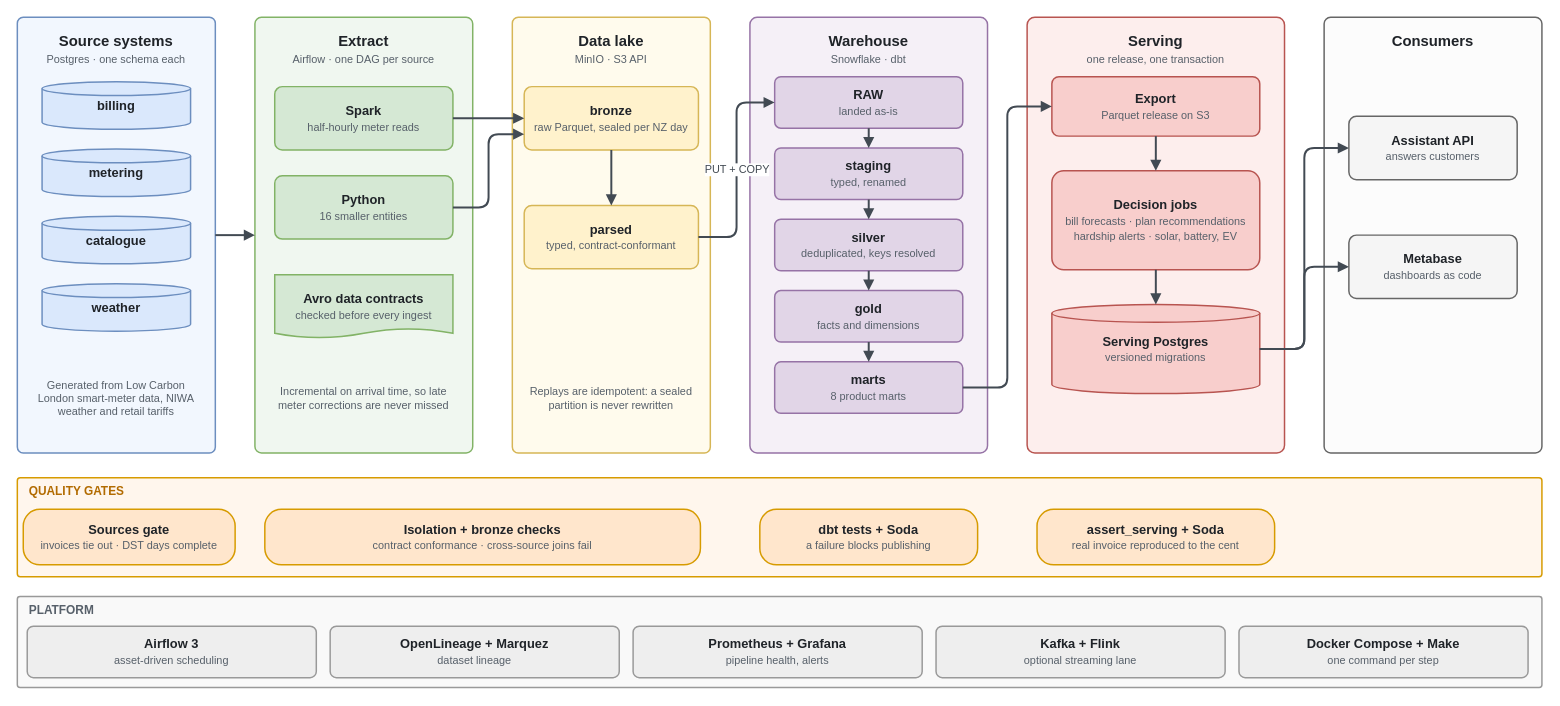
This is design/figures/pipeline.drawio from nanhangfei/kea-energy-data, a draw.io file, before an edit. Source tidied: cells renumbered, new cells numbered last; positions are measured from the earlier drawing's top-left corner, leaving out a move shared by most shapes. Both pictures are drawn from the tidied source at 99%, with x=0, y=0 at pixel (17, 17).
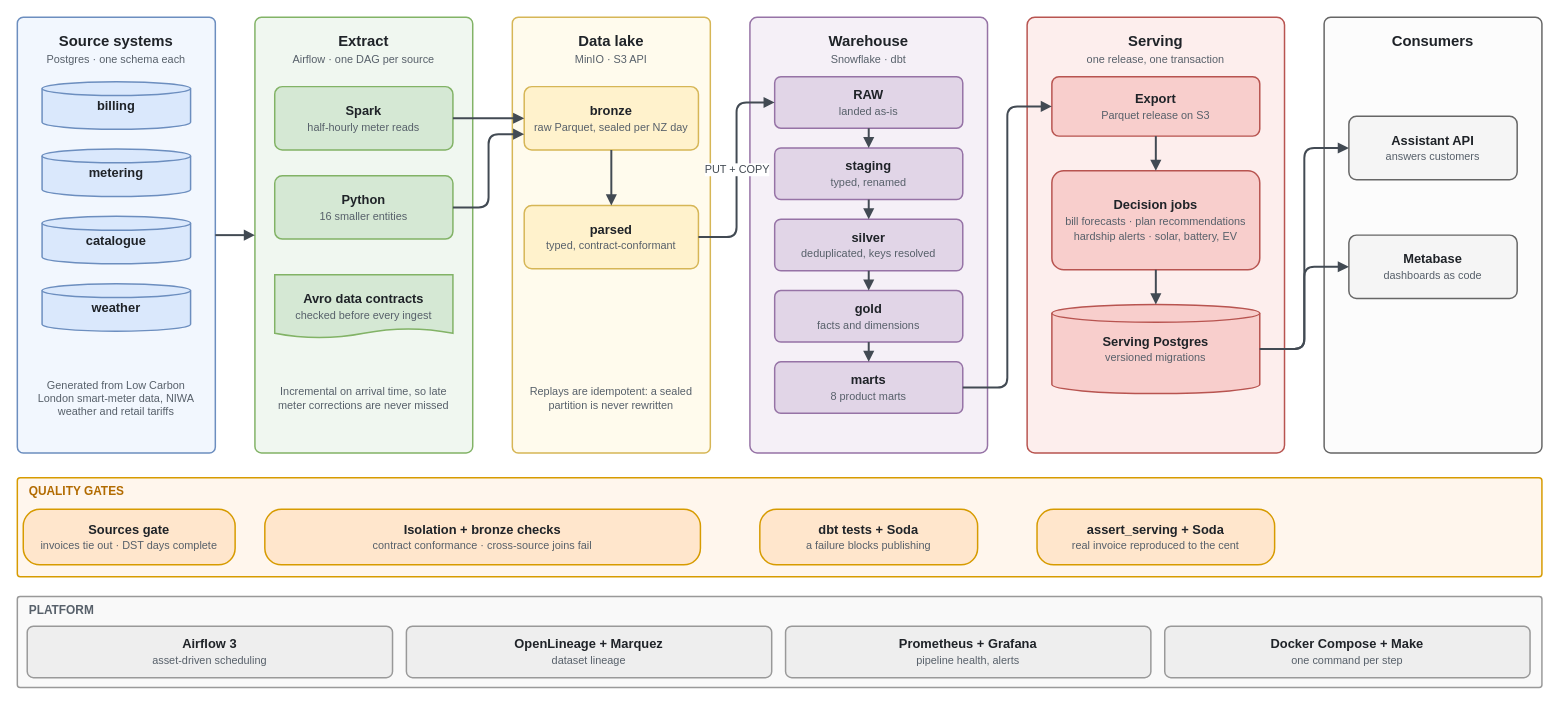
The same diagram, later.

Diff of the diagram source:
```diff
@@
     <mxCell id="52" value="&lt;b&gt;Airflow 3&lt;/b&gt;&lt;br&gt;&lt;font style='font-size:11px' color='#57606a'&gt;asset-driven scheduling&lt;/font&gt;" style="rounded=1;arcSize=12;whiteSpace=wrap;html=1;fontSize=13;fillColor=#eeeeee;strokeColor=#999999;strokeWidth=1.5;fontFamily=Helvetica;fontColor=#1f2328;" parent="1" vertex="1">
-      <mxGeometry x="10" y="615" width="292" height="52" as="geometry" />
+      <mxGeometry x="10" y="615" width="369" height="52" as="geometry" />
     </mxCell>
     <mxCell id="53" value="&lt;b&gt;OpenLineage + Marquez&lt;/b&gt;&lt;br&gt;&lt;font style='font-size:11px' color='#57606a'&gt;dataset lineage&lt;/font&gt;" style="rounded=1;arcSize=12;whiteSpace=wrap;html=1;fontSize=13;fillColor=#eeeeee;strokeColor=#999999;strokeWidth=1.5;fontFamily=Helvetica;fontColor=#1f2328;" parent="1" vertex="1">
-      <mxGeometry x="316" y="615" width="292" height="52" as="geometry" />
+      <mxGeometry x="393" y="615" width="369" height="52" as="geometry" />
     </mxCell>
     <mxCell id="54" value="&lt;b&gt;Prometheus + Grafana&lt;/b&gt;&lt;br&gt;&lt;font style='font-size:11px' color='#57606a'&gt;pipeline health, alerts&lt;/font&gt;" style="rounded=1;arcSize=12;whiteSpace=wrap;html=1;fontSize=13;fillColor=#eeeeee;strokeColor=#999999;strokeWidth=1.5;fontFamily=Helvetica;fontColor=#1f2328;" parent="1" vertex="1">
-      <mxGeometry x="622" y="615" width="292" height="52" as="geometry" />
+      <mxGeometry x="776" y="615" width="369" height="52" as="geometry" />
     </mxCell>
-    <mxCell id="55" value="&lt;b&gt;Kafka + Flink&lt;/b&gt;&lt;br&gt;&lt;font style='font-size:11px' color='#57606a'&gt;optional streaming lane&lt;/font&gt;" style="rounded=1;arcSize=12;whiteSpace=wrap;html=1;fontSize=13;fillColor=#eeeeee;strokeColor=#999999;strokeWidth=1.5;fontFamily=Helvetica;fontColor=#1f2328;" parent="1" vertex="1">
-      <mxGeometry x="928" y="615" width="292" height="52" as="geometry" />
+    <mxCell id="55" value="&lt;b&gt;Docker Compose + Make&lt;/b&gt;&lt;br&gt;&lt;font style='font-size:11px' color='#57606a'&gt;one command per step&lt;/font&gt;" style="rounded=1;arcSize=12;whiteSpace=wrap;html=1;fontSize=13;fillColor=#eeeeee;strokeColor=#999999;strokeWidth=1.5;fontFamily=Helvetica;fontColor=#1f2328;" parent="1" vertex="1">
+      <mxGeometry x="1159" y="615" width="369" height="52" as="geometry" />
     </mxCell>
-    <mxCell id="56" value="&lt;b&gt;Docker Compose + Make&lt;/b&gt;&lt;br&gt;&lt;font style='font-size:11px' color='#57606a'&gt;one command per step&lt;/font&gt;" style="rounded=1;arcSize=12;whiteSpace=wrap;html=1;fontSize=13;fillColor=#eeeeee;strokeColor=#999999;strokeWidth=1.5;fontFamily=Helvetica;fontColor=#1f2328;" parent="1" vertex="1">
-      <mxGeometry x="1234" y="615" width="292" height="52" as="geometry" />
-    </mxCell>
```
